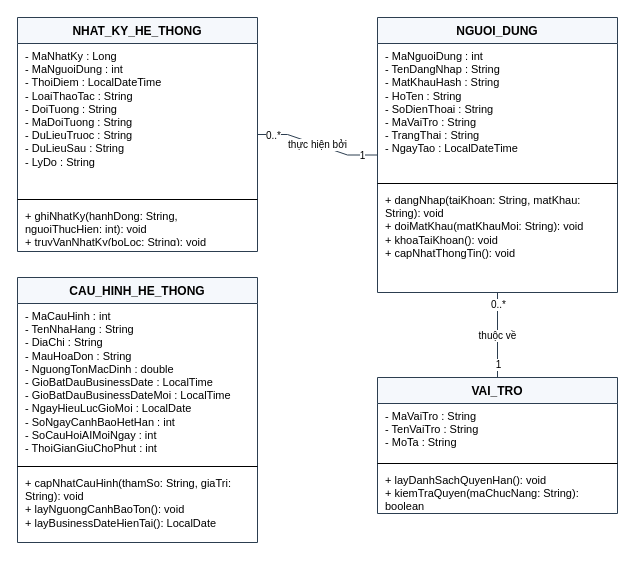
This is page "Cai dat he thong" (1 of 17) of docs/So_do/ClassDiagram_HeThongQuanLyNhaHang.drawio from nminhzzz/restaurant-management-ai, a draw.io file, before an edit. Source tidied: cells renumbered, new cells numbered last; positions are measured from the earlier drawing's top-left corner, leaving out a move shared by most shapes. Both pictures are drawn from the tidied source at 100%, with x=0, y=0 at pixel (17, 17).
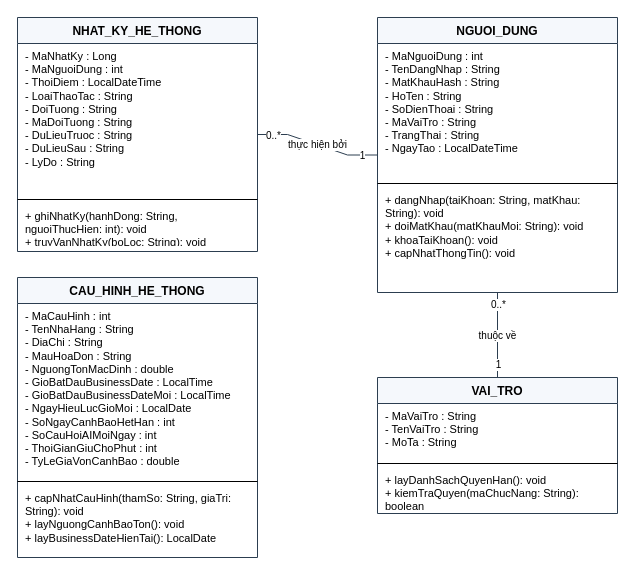
Above is the later version.

Diff of the diagram source:
```diff
@@
     <mxCell id="10" value="CAU_HINH_HE_THONG" style="swimlane;fontStyle=1;align=center;verticalAlign=top;horizontal=1;startSize=26;whiteSpace=wrap;html=1;fillColor=#F5F8FC;strokeColor=#2C3E50;dashed=0;fontSize=12;" parent="1" vertex="1">
-      <mxGeometry y="260" width="240" height="265" as="geometry" />
+      <mxGeometry y="260" width="240" height="280" as="geometry" />
     </mxCell>
-    <mxCell id="11" value="- MaCauHinh : int&lt;br&gt;- TenNhaHang : String&lt;br&gt;- DiaChi : String&lt;br&gt;- MauHoaDon : String&lt;br&gt;- NguongTonMacDinh : double&lt;br&gt;- GioBatDauBusinessDate : LocalTime&lt;br&gt;- GioBatDauBusinessDateMoi : LocalTime&lt;br&gt;- NgayHieuLucGioMoi : LocalDate&lt;br&gt;- SoNgayCanhBaoHetHan : int&lt;br&gt;- SoCauHoiAIMoiNgay : int&lt;br&gt;- ThoiGianGiuChoPhut : int" style="text;align=left;verticalAlign=top;spacingLeft=6;spacingRight=4;overflow=hidden;whiteSpace=wrap;html=1;fontSize=11;" parent="10" vertex="1">
-      <mxGeometry y="26" width="240" height="159" as="geometry" />
+    <mxCell id="11" value="- MaCauHinh : int&lt;br&gt;- TenNhaHang : String&lt;br&gt;- DiaChi : String&lt;br&gt;- MauHoaDon : String&lt;br&gt;- NguongTonMacDinh : double&lt;br&gt;- GioBatDauBusinessDate : LocalTime&lt;br&gt;- GioBatDauBusinessDateMoi : LocalTime&lt;br&gt;- NgayHieuLucGioMoi : LocalDate&lt;br&gt;- SoNgayCanhBaoHetHan : int&lt;br&gt;- SoCauHoiAIMoiNgay : int&lt;br&gt;- ThoiGianGiuChoPhut : int&lt;br&gt;- TyLeGiaVonCanhBao : double" style="text;align=left;verticalAlign=top;spacingLeft=6;spacingRight=4;overflow=hidden;whiteSpace=wrap;html=1;fontSize=11;" parent="10" vertex="1">
+      <mxGeometry y="26" width="240" height="174" as="geometry" />
     </mxCell>
     <mxCell id="12" style="line;strokeWidth=1;fillColor=none;align=left;verticalAlign=middle;spacingTop=-1;spacingLeft=3;spacingRight=3;html=1;" parent="10" vertex="1">
-      <mxGeometry y="185" width="240" height="8" as="geometry" />
+      <mxGeometry y="200" width="240" height="8" as="geometry" />
     </mxCell>
     <mxCell id="13" value="+ capNhatCauHinh(thamSo: String, giaTri: String): void&lt;br&gt;+ layNguongCanhBaoTon(): void&lt;br&gt;+ layBusinessDateHienTai(): LocalDate" style="text;align=left;verticalAlign=top;spacingLeft=6;spacingRight=4;overflow=hidden;whiteSpace=wrap;html=1;fontSize=11;" parent="10" vertex="1">
-      <mxGeometry y="193" width="240" height="56" as="geometry" />
+      <mxGeometry y="208" width="240" height="56" as="geometry" />
     </mxCell>
```
